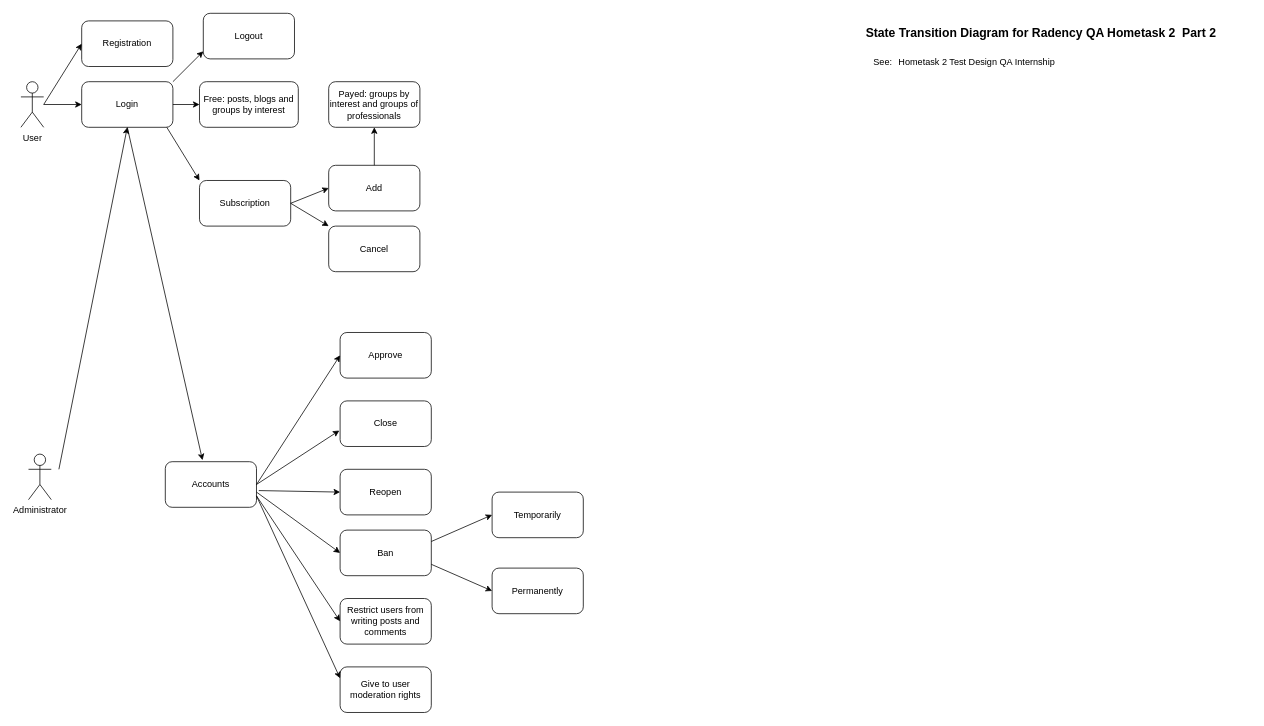
Above: hometask 2 part 2 use case diagram.drawio in BorisGre/QA-Test-Design (draw.io), before the change. Source tidied: cells renumbered, new cells numbered last; positions are measured from the earlier drawing's top-left corner, leaving out a move shared by most shapes. Both pictures are drawn from the tidied source at 76%, with x=0, y=0 at pixel (21, 13).
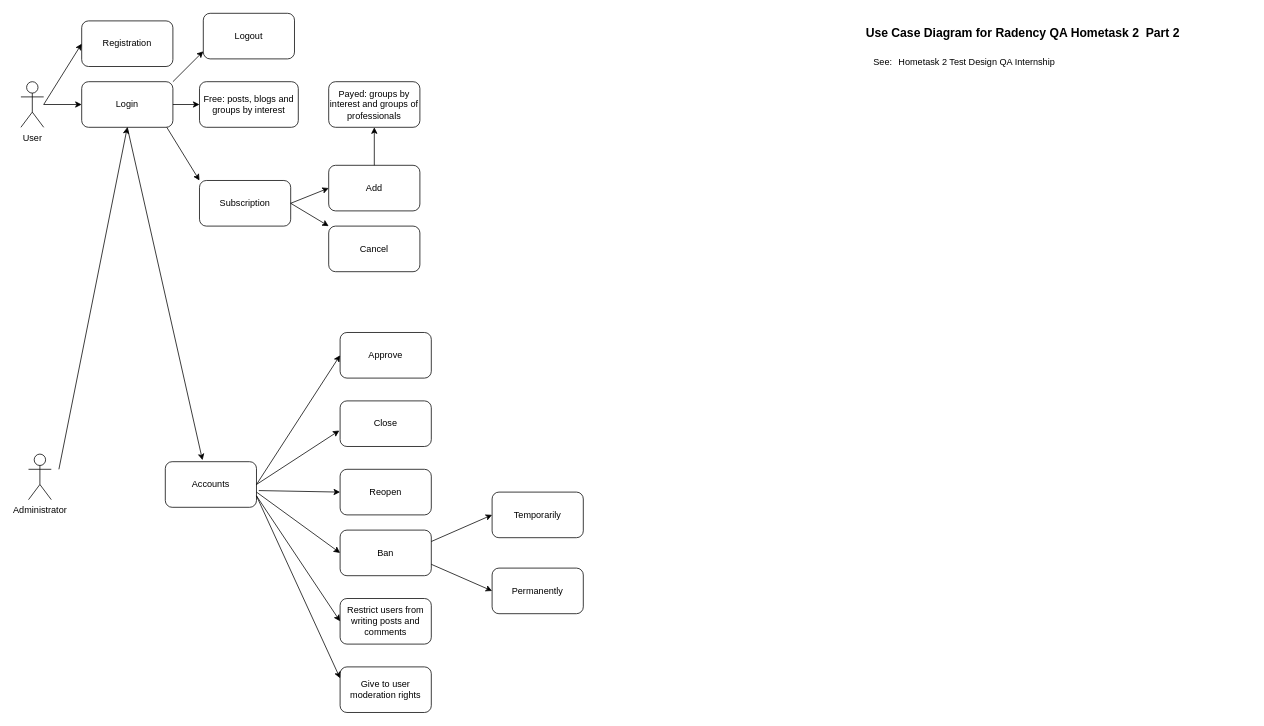
After the change.

What changed in the source:
```diff
@@
-    <mxCell id="37" value="State Transition Diagram for Radency QA Hometask 2&amp;nbsp; Part 2" style="text;whiteSpace=wrap;html=1;fontStyle=1;fontSize=16;" parent="1" vertex="1">
+    <mxCell id="37" value="Use Case Diagram for Radency QA Hometask 2&amp;nbsp; Part 2" style="text;whiteSpace=wrap;html=1;fontStyle=1;fontSize=16;" parent="1" vertex="1">
       <mxGeometry x="1110" y="10" width="507.8" height="20" as="geometry" />
     </mxCell>
```
